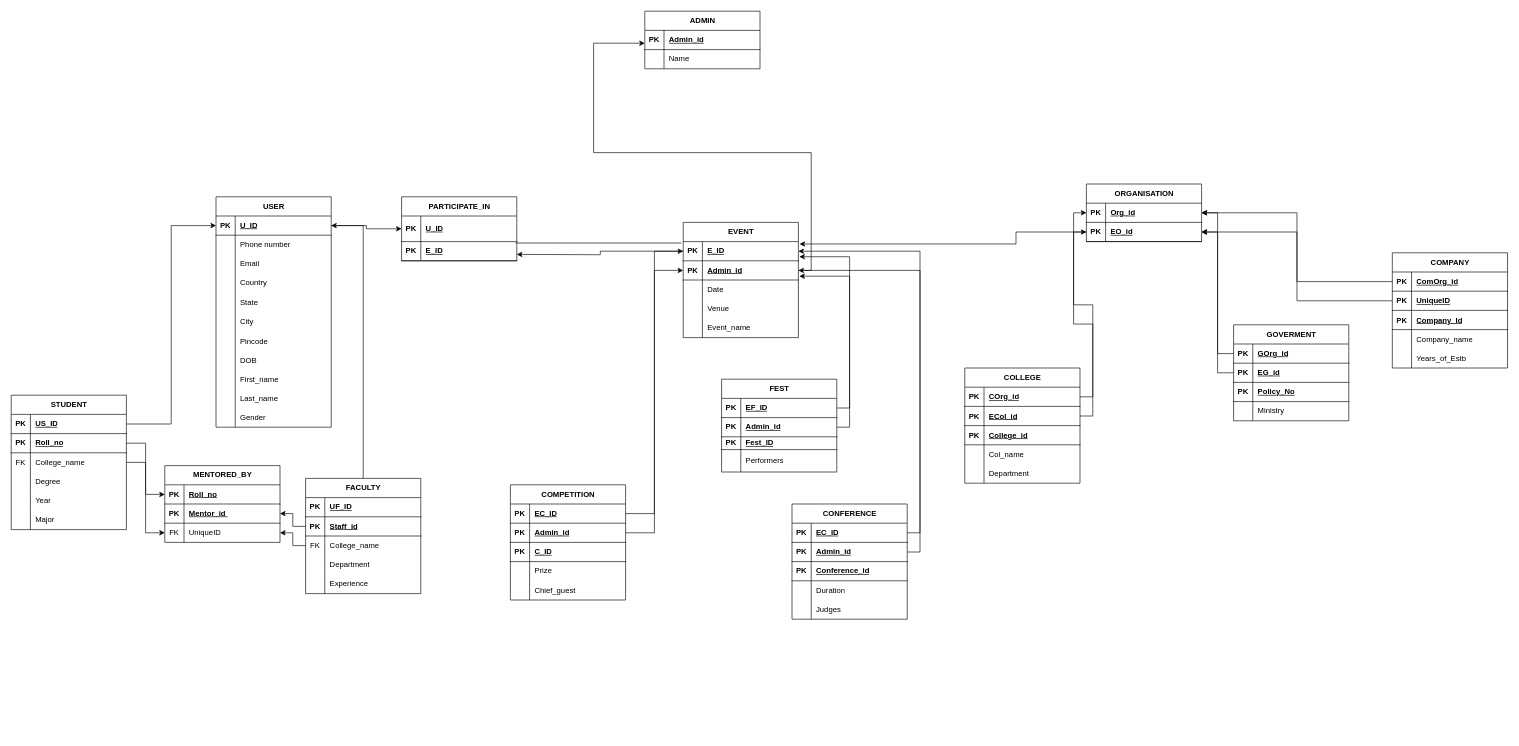
This is relational.drawio from Aaradhy-Sharma/dbms-project-1, a draw.io file, before an edit. Source tidied: cells renumbered, new cells numbered last; positions are measured from the earlier drawing's top-left corner, leaving out a move shared by most shapes. Both pictures are drawn from the tidied source at 64%, with x=0, y=0 at pixel (11, 11).
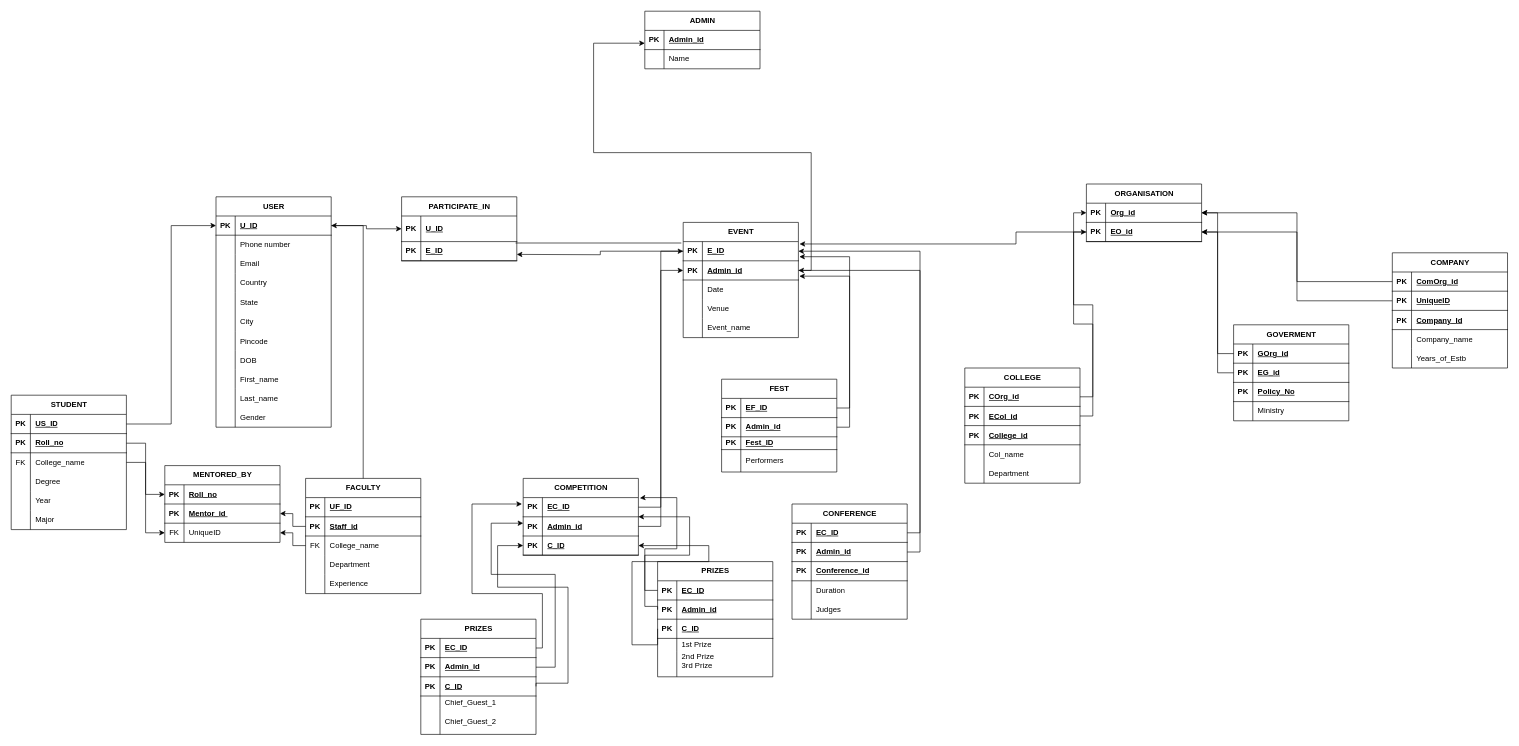
After the change.

The change refers to these unchanged cells:
```xml
<mxCell id="136" style="shape=tableRow;horizontal=0;startSize=0;swimlaneHead=0;swimlaneBody=0;fillColor=none;points=[[0,0.5],[1,0.5]];portConstraint=eastwest;top=0;left=0;right=0;bottom=1;" parent="135" vertex="1">
  <mxGeometry y="30" width="180" height="30" as="geometry" />
</mxCell>
<mxCell id="142" style="shape=tableRow;horizontal=0;startSize=0;swimlaneHead=0;swimlaneBody=0;fillColor=none;points=[[0,0.5],[1,0.5]];portConstraint=eastwest;top=0;left=0;right=0;bottom=1;" parent="135" vertex="1">
  <mxGeometry y="90" width="180" height="30" as="geometry" />
</mxCell>
```

What changed in the source:
```diff
@@
     <mxCell id="135" value="COMPETITION" style="shape=table;startSize=30;childLayout=tableLayout;rowLines=0;fontStyle=1;align=center;html=1;" parent="1" vertex="1">
-      <mxGeometry x="780" y="740" width="180" height="180" as="geometry" />
+      <mxGeometry x="800" y="730" width="180" height="120" as="geometry" />
     </mxCell>
@@
-    <mxCell id="145" style="shape=tableRow;horizontal=0;startSize=0;swimlaneHead=0;swimlaneBody=0;fillColor=none;top=0;left=0;right=0;bottom=0;" parent="135" vertex="1">
-      <mxGeometry y="120" width="180" height="30" as="geometry" />
-    </mxCell>
-    <mxCell id="146" style="shape=partialRectangle;fillColor=none;top=0;left=0;bottom=0;right=0;overflow=hidden;whiteSpace=wrap;html=1;" parent="145" vertex="1">
-      <mxGeometry width="30" height="30" as="geometry" />
-    </mxCell>
-    <mxCell id="147" value="Prize" style="shape=partialRectangle;fillColor=none;top=0;left=0;bottom=0;right=0;align=left;spacingLeft=6;overflow=hidden;whiteSpace=wrap;html=1;" parent="145" vertex="1">
-      <mxGeometry x="30" width="150" height="30" as="geometry" />
-    </mxCell>
-    <mxCell id="148" style="shape=tableRow;horizontal=0;startSize=0;swimlaneHead=0;swimlaneBody=0;fillColor=none;top=0;left=0;right=0;bottom=0;" parent="135" vertex="1">
-      <mxGeometry y="150" width="180" height="30" as="geometry" />
-    </mxCell>
-    <mxCell id="149" style="shape=partialRectangle;fillColor=none;top=0;left=0;bottom=0;right=0;overflow=hidden;" parent="148" vertex="1">
-      <mxGeometry width="30" height="30" as="geometry" />
-    </mxCell>
-    <mxCell id="150" value="Chief_guest" style="shape=partialRectangle;fillColor=none;top=0;left=0;bottom=0;right=0;align=left;spacingLeft=6;overflow=hidden;" parent="148" vertex="1">
-      <mxGeometry x="30" width="150" height="30" as="geometry" />
-    </mxCell>
@@
+    <mxCell id="232" value="PRIZES" style="shape=table;startSize=30;childLayout=tableLayout;rowLines=0;fontStyle=1;align=center;html=1;" parent="1" vertex="1">
+      <mxGeometry x="1010" y="860" width="180" height="180" as="geometry" />
+    </mxCell>
+    <mxCell id="233" style="shape=tableRow;horizontal=0;startSize=0;swimlaneHead=0;swimlaneBody=0;fillColor=none;points=[[0,0.5],[1,0.5]];portConstraint=eastwest;top=0;left=0;right=0;bottom=1;" parent="232" vertex="1">
+      <mxGeometry y="30" width="180" height="30" as="geometry" />
+    </mxCell>
+    <mxCell id="234" value="PK" style="shape=partialRectangle;fillColor=none;top=0;left=0;bottom=0;right=0;fontStyle=1;overflow=hidden;whiteSpace=wrap;html=1;" parent="233" vertex="1">
+      <mxGeometry width="30" height="30" as="geometry" />
+    </mxCell>
+    <mxCell id="235" value="EC_ID" style="shape=partialRectangle;fillColor=none;top=0;left=0;bottom=0;right=0;align=left;spacingLeft=6;fontStyle=5;overflow=hidden;whiteSpace=wrap;html=1;" parent="233" vertex="1">
+      <mxGeometry x="30" width="150" height="30" as="geometry" />
+    </mxCell>
+    <mxCell id="236" style="shape=tableRow;horizontal=0;startSize=0;swimlaneHead=0;swimlaneBody=0;fillColor=none;points=[[0,0.5],[1,0.5]];portConstraint=eastwest;top=0;left=0;right=0;bottom=1;" parent="232" vertex="1">
+      <mxGeometry y="60" width="180" height="30" as="geometry" />
+    </mxCell>
+    <mxCell id="237" value="PK" style="shape=partialRectangle;fillColor=none;top=0;left=0;bottom=0;right=0;fontStyle=1;overflow=hidden;whiteSpace=wrap;html=1;" parent="236" vertex="1">
+      <mxGeometry width="30" height="30" as="geometry" />
+    </mxCell>
+    <mxCell id="238" value="Admin_id" style="shape=partialRectangle;fillColor=none;top=0;left=0;bottom=0;right=0;align=left;spacingLeft=6;fontStyle=5;overflow=hidden;whiteSpace=wrap;html=1;" parent="236" vertex="1">
+      <mxGeometry x="30" width="150" height="30" as="geometry" />
+    </mxCell>
+    <mxCell id="239" style="shape=tableRow;horizontal=0;startSize=0;swimlaneHead=0;swimlaneBody=0;fillColor=none;points=[[0,0.5],[1,0.5]];portConstraint=eastwest;top=0;left=0;right=0;bottom=1;" parent="232" vertex="1">
+      <mxGeometry y="90" width="180" height="30" as="geometry" />
+    </mxCell>
+    <mxCell id="240" value="PK" style="shape=partialRectangle;fillColor=none;top=0;left=0;bottom=0;right=0;fontStyle=1;overflow=hidden;whiteSpace=wrap;html=1;" parent="239" vertex="1">
+      <mxGeometry width="30" height="30" as="geometry" />
+    </mxCell>
+    <mxCell id="241" value="C_ID" style="shape=partialRectangle;fillColor=none;top=0;left=0;bottom=0;right=0;align=left;spacingLeft=6;fontStyle=5;overflow=hidden;whiteSpace=wrap;html=1;" parent="239" vertex="1">
+      <mxGeometry x="30" width="150" height="30" as="geometry" />
+    </mxCell>
+    <mxCell id="242" style="shape=tableRow;horizontal=0;startSize=0;swimlaneHead=0;swimlaneBody=0;fillColor=none;top=0;left=0;right=0;bottom=0;" parent="232" vertex="1">
+      <mxGeometry y="120" width="180" height="20" as="geometry" />
+    </mxCell>
+    <mxCell id="243" style="shape=partialRectangle;fillColor=none;top=0;left=0;bottom=0;right=0;overflow=hidden;whiteSpace=wrap;html=1;" parent="242" vertex="1">
+      <mxGeometry width="30" height="20" as="geometry" />
+    </mxCell>
+    <mxCell id="244" value="1st Prize" style="shape=partialRectangle;fillColor=none;top=0;left=0;bottom=0;right=0;align=left;spacingLeft=6;overflow=hidden;whiteSpace=wrap;html=1;" parent="242" vertex="1">
+      <mxGeometry x="30" width="150" height="20" as="geometry" />
+    </mxCell>
+    <mxCell id="245" style="shape=tableRow;horizontal=0;startSize=0;swimlaneHead=0;swimlaneBody=0;fillColor=none;top=0;left=0;right=0;bottom=0;" parent="232" vertex="1">
+      <mxGeometry y="140" width="180" height="40" as="geometry" />
+    </mxCell>
+    <mxCell id="246" style="shape=partialRectangle;fillColor=none;top=0;left=0;bottom=0;right=0;overflow=hidden;" parent="245" vertex="1">
+      <mxGeometry width="30" height="40" as="geometry" />
+    </mxCell>
+    <mxCell id="247" value="2nd Prize&#10;3rd Prize&#10;" style="shape=partialRectangle;fillColor=none;top=0;left=0;bottom=0;right=0;align=left;spacingLeft=6;overflow=hidden;" parent="245" vertex="1">
+      <mxGeometry x="30" width="150" height="40" as="geometry" />
+    </mxCell>
+    <mxCell id="248" style="edgeStyle=orthogonalEdgeStyle;rounded=0;jettySize=auto;html=1;exitX=0;exitY=0.5;exitDx=0;exitDy=0;entryX=1.013;entryY=0.029;entryDx=0;entryDy=0;entryPerimeter=0;" parent="1" edge="1" source="233" target="136">
+      <mxGeometry relative="1" as="geometry">
+        <Array as="points">
+          <mxPoint x="990" y="905" />
+          <mxPoint x="990" y="840" />
+          <mxPoint x="1040" y="840" />
+          <mxPoint x="1040" y="760" />
+          <mxPoint x="990" y="760" />
+        </Array>
+      </mxGeometry>
+    </mxCell>
+    <mxCell id="249" style="edgeStyle=orthogonalEdgeStyle;rounded=0;jettySize=auto;html=1;exitX=0;exitY=0.5;exitDx=0;exitDy=0;" parent="1" edge="1" source="236">
+      <mxGeometry relative="1" as="geometry">
+        <mxPoint x="980" y="790" as="targetPoint" />
+        <Array as="points">
+          <mxPoint x="1010" y="930" />
+          <mxPoint x="990" y="930" />
+          <mxPoint x="990" y="850" />
+          <mxPoint x="1060" y="850" />
+          <mxPoint x="1060" y="790" />
+        </Array>
+      </mxGeometry>
+    </mxCell>
+    <mxCell id="250" value="PRIZES" style="shape=table;startSize=30;childLayout=tableLayout;rowLines=0;fontStyle=1;align=center;html=1;" parent="1" vertex="1">
+      <mxGeometry x="640" y="950" width="180" height="180" as="geometry" />
+    </mxCell>
+    <mxCell id="251" style="shape=tableRow;horizontal=0;startSize=0;swimlaneHead=0;swimlaneBody=0;fillColor=none;points=[[0,0.5],[1,0.5]];portConstraint=eastwest;top=0;left=0;right=0;bottom=1;" parent="250" vertex="1">
+      <mxGeometry y="30" width="180" height="30" as="geometry" />
+    </mxCell>
+    <mxCell id="252" value="PK" style="shape=partialRectangle;fillColor=none;top=0;left=0;bottom=0;right=0;fontStyle=1;overflow=hidden;whiteSpace=wrap;html=1;" parent="251" vertex="1">
+      <mxGeometry width="30" height="30" as="geometry" />
+    </mxCell>
+    <mxCell id="253" value="EC_ID" style="shape=partialRectangle;fillColor=none;top=0;left=0;bottom=0;right=0;align=left;spacingLeft=6;fontStyle=5;overflow=hidden;whiteSpace=wrap;html=1;" parent="251" vertex="1">
+      <mxGeometry x="30" width="150" height="30" as="geometry" />
+    </mxCell>
+    <mxCell id="254" style="shape=tableRow;horizontal=0;startSize=0;swimlaneHead=0;swimlaneBody=0;fillColor=none;points=[[0,0.5],[1,0.5]];portConstraint=eastwest;top=0;left=0;right=0;bottom=1;" parent="250" vertex="1">
+      <mxGeometry y="60" width="180" height="30" as="geometry" />
+    </mxCell>
+    <mxCell id="255" value="PK" style="shape=partialRectangle;fillColor=none;top=0;left=0;bottom=0;right=0;fontStyle=1;overflow=hidden;whiteSpace=wrap;html=1;" parent="254" vertex="1">
+      <mxGeometry width="30" height="30" as="geometry" />
+    </mxCell>
+    <mxCell id="256" value="Admin_id" style="shape=partialRectangle;fillColor=none;top=0;left=0;bottom=0;right=0;align=left;spacingLeft=6;fontStyle=5;overflow=hidden;whiteSpace=wrap;html=1;" parent="254" vertex="1">
+      <mxGeometry x="30" width="150" height="30" as="geometry" />
+    </mxCell>
+    <mxCell id="257" style="shape=tableRow;horizontal=0;startSize=0;swimlaneHead=0;swimlaneBody=0;fillColor=none;points=[[0,0.5],[1,0.5]];portConstraint=eastwest;top=0;left=0;right=0;bottom=1;" parent="250" vertex="1">
+      <mxGeometry y="90" width="180" height="30" as="geometry" />
+    </mxCell>
+    <mxCell id="258" value="PK" style="shape=partialRectangle;fillColor=none;top=0;left=0;bottom=0;right=0;fontStyle=1;overflow=hidden;whiteSpace=wrap;html=1;" parent="257" vertex="1">
+      <mxGeometry width="30" height="30" as="geometry" />
+    </mxCell>
+    <mxCell id="259" value="C_ID" style="shape=partialRectangle;fillColor=none;top=0;left=0;bottom=0;right=0;align=left;spacingLeft=6;fontStyle=5;overflow=hidden;whiteSpace=wrap;html=1;" parent="257" vertex="1">
+      <mxGeometry x="30" width="150" height="30" as="geometry" />
+    </mxCell>
+    <mxCell id="260" style="shape=tableRow;horizontal=0;startSize=0;swimlaneHead=0;swimlaneBody=0;fillColor=none;top=0;left=0;right=0;bottom=0;" parent="250" vertex="1">
+      <mxGeometry y="120" width="180" height="20" as="geometry" />
+    </mxCell>
+    <mxCell id="261" style="shape=partialRectangle;fillColor=none;top=0;left=0;bottom=0;right=0;overflow=hidden;whiteSpace=wrap;html=1;" parent="260" vertex="1">
+      <mxGeometry width="30" height="20" as="geometry" />
+    </mxCell>
+    <mxCell id="262" value="Chief_Guest_1" style="shape=partialRectangle;fillColor=none;top=0;left=0;bottom=0;right=0;align=left;spacingLeft=6;overflow=hidden;whiteSpace=wrap;html=1;" parent="260" vertex="1">
+      <mxGeometry x="30" width="150" height="20" as="geometry" />
+    </mxCell>
+    <mxCell id="263" style="shape=tableRow;horizontal=0;startSize=0;swimlaneHead=0;swimlaneBody=0;fillColor=none;top=0;left=0;right=0;bottom=0;" parent="250" vertex="1">
+      <mxGeometry y="140" width="180" height="40" as="geometry" />
+    </mxCell>
+    <mxCell id="264" style="shape=partialRectangle;fillColor=none;top=0;left=0;bottom=0;right=0;overflow=hidden;" parent="263" vertex="1">
+      <mxGeometry width="30" height="40" as="geometry" />
+    </mxCell>
+    <mxCell id="265" value="Chief_Guest_2" style="shape=partialRectangle;fillColor=none;top=0;left=0;bottom=0;right=0;align=left;spacingLeft=6;overflow=hidden;" parent="263" vertex="1">
+      <mxGeometry x="30" width="150" height="40" as="geometry" />
+    </mxCell>
+    <mxCell id="266" style="edgeStyle=orthogonalEdgeStyle;rounded=0;jettySize=auto;html=1;exitX=1;exitY=0.5;exitDx=0;exitDy=0;" parent="1" edge="1" source="254">
+      <mxGeometry relative="1" as="geometry">
+        <mxPoint x="800" y="800" as="targetPoint" />
+        <Array as="points">
+          <mxPoint x="850" y="1025" />
+          <mxPoint x="850" y="880" />
+          <mxPoint x="750" y="880" />
+          <mxPoint x="750" y="800" />
+        </Array>
+      </mxGeometry>
+    </mxCell>
+    <mxCell id="267" style="edgeStyle=orthogonalEdgeStyle;rounded=0;jettySize=auto;html=1;exitX=1;exitY=0.5;exitDx=0;exitDy=0;" parent="1" edge="1" source="251">
+      <mxGeometry relative="1" as="geometry">
+        <mxPoint x="798" y="770" as="targetPoint" />
+        <Array as="points">
+          <mxPoint x="830" y="995" />
+          <mxPoint x="830" y="910" />
+          <mxPoint x="720" y="910" />
+          <mxPoint x="720" y="770" />
+          <mxPoint x="798" y="770" />
+        </Array>
+      </mxGeometry>
+    </mxCell>
+    <mxCell id="268" style="edgeStyle=orthogonalEdgeStyle;rounded=0;jettySize=auto;html=1;exitX=0;exitY=0.5;exitDx=0;exitDy=0;entryX=1;entryY=0.5;entryDx=0;entryDy=0;" parent="1" edge="1" source="239" target="142">
+      <mxGeometry relative="1" as="geometry">
+        <Array as="points">
+          <mxPoint x="1010" y="990" />
+          <mxPoint x="970" y="990" />
+          <mxPoint x="970" y="860" />
+          <mxPoint x="1090" y="860" />
+          <mxPoint x="1090" y="835" />
+        </Array>
+      </mxGeometry>
+    </mxCell>
+    <mxCell id="269" style="edgeStyle=orthogonalEdgeStyle;rounded=0;jettySize=auto;html=1;exitX=1;exitY=0.5;exitDx=0;exitDy=0;entryX=0;entryY=0.5;entryDx=0;entryDy=0;" parent="1" edge="1" source="257" target="142">
+      <mxGeometry relative="1" as="geometry">
+        <Array as="points">
+          <mxPoint x="820" y="1050" />
+          <mxPoint x="870" y="1050" />
+          <mxPoint x="870" y="900" />
+          <mxPoint x="760" y="900" />
+          <mxPoint x="760" y="835" />
+        </Array>
+      </mxGeometry>
+    </mxCell>
```
